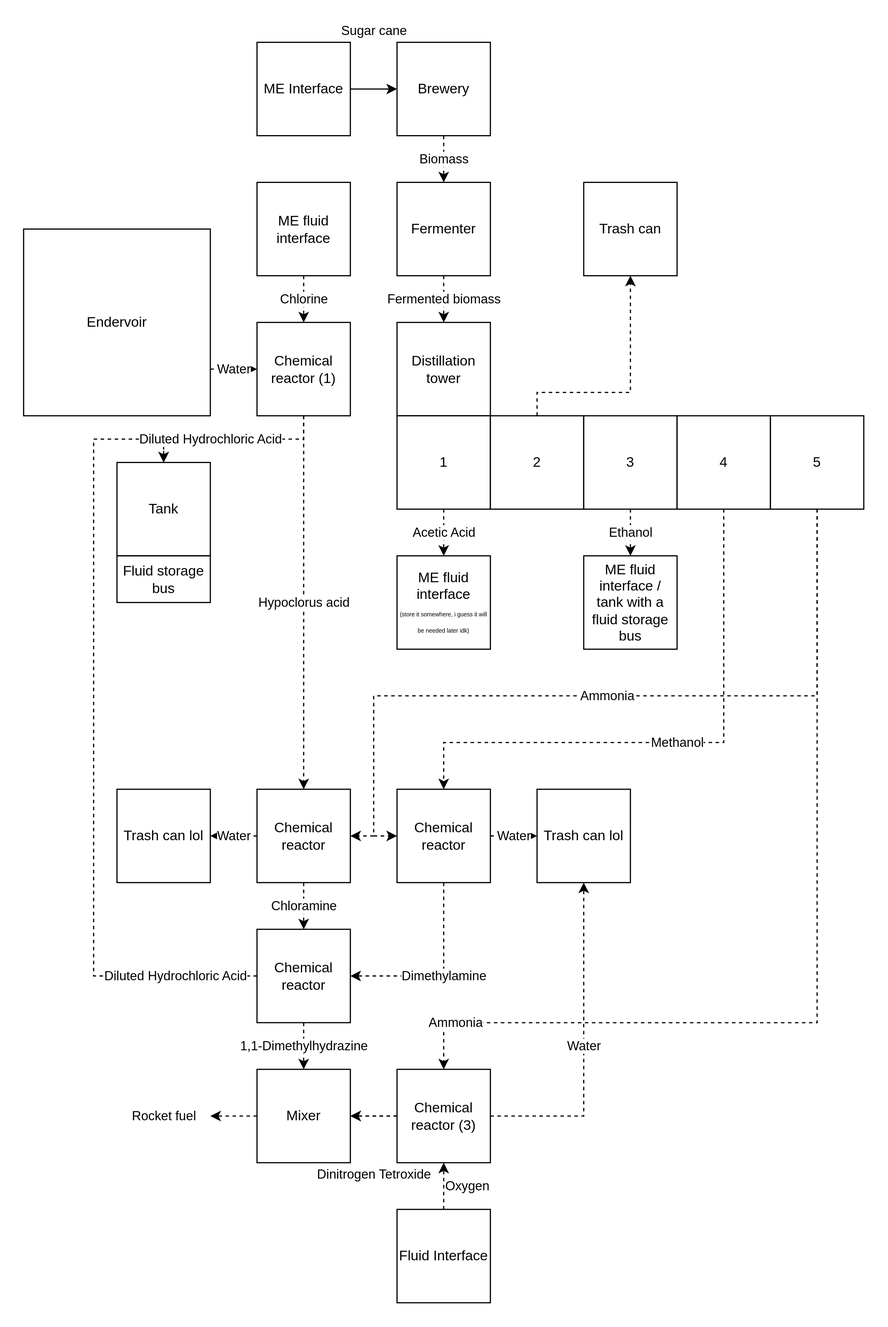
Nomifactory/Guides keeps this draw.io diagram as guides/files/flowcharts/Rocket_fuel.svg. Above is the earlier version. Source tidied: cells renumbered, new cells last; positions are measured from the earlier drawing's top-left corner, leaving out a move shared by most shapes. Source of this version:
```xml
<mxGraphModel>
  <root>
    <mxCell id="0" />
    <mxCell id="1" parent="0" />
    <mxCell id="2" value="Diluted Hydrochloric Acid" style="edgeStyle=orthogonalEdgeStyle;rounded=0;jettySize=auto;html=1;entryX=0.5;entryY=0;entryDx=0;entryDy=0;dashed=1;exitX=0;exitY=0.5;exitDx=0;exitDy=0;" parent="1" edge="1" source="26" target="14">
      <mxGeometry x="-0.79" relative="1" as="geometry">
        <Array as="points">
          <mxPoint x="60" y="800" />
          <mxPoint x="60" y="340" />
          <mxPoint x="120" y="340" />
        </Array>
      </mxGeometry>
    </mxCell>
    <mxCell id="3" value="Methanol" style="edgeStyle=orthogonalEdgeStyle;rounded=0;jettySize=auto;html=1;dashed=1;entryX=0.5;entryY=0;entryDx=0;entryDy=0;exitX=0.5;exitY=1;exitDx=0;exitDy=0;" parent="1" edge="1" source="42" target="17">
      <mxGeometry relative="1" as="geometry">
        <Array as="points">
          <mxPoint x="600" y="600" />
          <mxPoint x="360" y="600" />
        </Array>
      </mxGeometry>
    </mxCell>
    <mxCell id="4" value="Diluted Hydrochloric Acid" style="edgeStyle=orthogonalEdgeStyle;rounded=0;jettySize=auto;html=1;dashed=1;entryX=0.5;entryY=0;entryDx=0;entryDy=0;" parent="1" edge="1" source="11" target="14">
      <mxGeometry x="0.25" relative="1" as="geometry">
        <Array as="points">
          <mxPoint x="240" y="340" />
          <mxPoint x="120" y="340" />
        </Array>
      </mxGeometry>
    </mxCell>
    <mxCell id="5" value="Sugar cane" style="edgeStyle=orthogonalEdgeStyle;rounded=0;jettySize=auto;html=1;entryX=0;entryY=0.5;entryDx=0;entryDy=0;" parent="1" edge="1" source="6" target="49">
      <mxGeometry y="50" relative="1" as="geometry" />
    </mxCell>
    <mxCell id="6" value="ME Interface" style="rounded=0;whiteSpace=wrap;html=1;" parent="1" vertex="1">
      <mxGeometry x="200" width="80" height="80" as="geometry" />
    </mxCell>
    <mxCell id="7" value="Fermenter" style="rounded=0;whiteSpace=wrap;html=1;" parent="1" vertex="1">
      <mxGeometry x="320" y="120" width="80" height="80" as="geometry" />
    </mxCell>
    <mxCell id="8" value="Ammonia" style="edgeStyle=orthogonalEdgeStyle;rounded=0;jettySize=auto;html=1;entryX=0.5;entryY=0;entryDx=0;entryDy=0;dashed=1;exitX=0.5;exitY=1;exitDx=0;exitDy=0;" parent="1" edge="1" source="43" target="32">
      <mxGeometry x="0.88" relative="1" as="geometry">
        <Array as="points">
          <mxPoint x="680" y="840" />
          <mxPoint x="360" y="840" />
        </Array>
      </mxGeometry>
    </mxCell>
    <mxCell id="9" value="Fermented biomass" style="edgeStyle=orthogonalEdgeStyle;rounded=0;jettySize=auto;html=1;dashed=1;" parent="1" edge="1" source="7">
      <mxGeometry relative="1" as="geometry">
        <mxPoint x="360" y="240" as="targetPoint" />
      </mxGeometry>
    </mxCell>
    <mxCell id="10" value="Hypoclorus acid" style="edgeStyle=orthogonalEdgeStyle;rounded=0;jettySize=auto;html=1;dashed=1;entryX=0.5;entryY=0;entryDx=0;entryDy=0;" parent="1" edge="1" source="11" target="21">
      <mxGeometry relative="1" as="geometry" />
    </mxCell>
    <mxCell id="11" value="Chemical reactor (1)" style="whiteSpace=wrap;html=1;" parent="1" vertex="1">
      <mxGeometry x="200" y="240" width="80" height="80" as="geometry" />
    </mxCell>
    <mxCell id="12" value="Water" style="edgeStyle=orthogonalEdgeStyle;rounded=0;jettySize=auto;html=1;exitX=1;exitY=0.75;exitDx=0;exitDy=0;entryX=0;entryY=0.5;entryDx=0;entryDy=0;dashed=1;" parent="1" edge="1" source="13" target="11">
      <mxGeometry relative="1" as="geometry" />
    </mxCell>
    <mxCell id="13" value="Endervoir" style="whiteSpace=wrap;html=1;" parent="1" vertex="1">
      <mxGeometry y="160" width="160" height="160" as="geometry" />
    </mxCell>
    <mxCell id="14" value="Tank" style="whiteSpace=wrap;html=1;" parent="1" vertex="1">
      <mxGeometry x="80" y="360" width="80" height="80" as="geometry" />
    </mxCell>
    <mxCell id="15" value="Dimethylamine" style="edgeStyle=orthogonalEdgeStyle;rounded=0;jettySize=auto;html=1;dashed=1;entryX=1;entryY=0.5;entryDx=0;entryDy=0;" parent="1" edge="1" source="17" target="26">
      <mxGeometry relative="1" as="geometry">
        <Array as="points">
          <mxPoint x="360" y="800" />
        </Array>
      </mxGeometry>
    </mxCell>
    <mxCell id="16" value="Water" style="edgeStyle=orthogonalEdgeStyle;rounded=0;jettySize=auto;html=1;dashed=1;" parent="1" edge="1" source="17">
      <mxGeometry relative="1" as="geometry">
        <mxPoint x="440" y="680" as="targetPoint" />
      </mxGeometry>
    </mxCell>
    <mxCell id="17" value="Chemical reactor" style="whiteSpace=wrap;html=1;" parent="1" vertex="1">
      <mxGeometry x="320" y="640" width="80" height="80" as="geometry" />
    </mxCell>
    <mxCell id="18" value="Trash can lol" style="whiteSpace=wrap;html=1;" parent="1" vertex="1">
      <mxGeometry x="440" y="640" width="80" height="80" as="geometry" />
    </mxCell>
    <mxCell id="19" value="Chloramine" style="edgeStyle=orthogonalEdgeStyle;rounded=0;jettySize=auto;html=1;dashed=1;" parent="1" edge="1" source="21">
      <mxGeometry relative="1" as="geometry">
        <mxPoint x="240" y="760" as="targetPoint" />
      </mxGeometry>
    </mxCell>
    <mxCell id="20" value="Water" style="edgeStyle=orthogonalEdgeStyle;rounded=0;jettySize=auto;html=1;dashed=1;" parent="1" edge="1" source="21" target="24">
      <mxGeometry relative="1" as="geometry" />
    </mxCell>
    <mxCell id="21" value="Chemical reactor" style="whiteSpace=wrap;html=1;" parent="1" vertex="1">
      <mxGeometry x="200" y="640" width="80" height="80" as="geometry" />
    </mxCell>
    <mxCell id="22" value="Ammonia" style="edgeStyle=orthogonalEdgeStyle;rounded=0;jettySize=auto;html=1;dashed=1;exitX=0.5;exitY=1;exitDx=0;exitDy=0;entryX=0;entryY=0.5;entryDx=0;entryDy=0;" parent="1" edge="1" source="43" target="17">
      <mxGeometry relative="1" as="geometry">
        <Array as="points">
          <mxPoint x="680" y="560" />
          <mxPoint x="300" y="560" />
          <mxPoint x="300" y="680" />
        </Array>
      </mxGeometry>
    </mxCell>
    <mxCell id="23" style="endArrow=classic;html=1;dashed=1;entryX=1;entryY=0.5;entryDx=0;entryDy=0;" parent="1" edge="1" target="21">
      <mxGeometry relative="1" as="geometry">
        <mxPoint x="300" y="680" as="sourcePoint" />
      </mxGeometry>
    </mxCell>
    <mxCell id="24" value="Trash can lol" style="whiteSpace=wrap;html=1;" parent="1" vertex="1">
      <mxGeometry x="80" y="640" width="80" height="80" as="geometry" />
    </mxCell>
    <mxCell id="25" value="1,1-Dimethylhydrazine" style="edgeStyle=orthogonalEdgeStyle;rounded=0;jettySize=auto;html=1;dashed=1;" parent="1" edge="1" source="26">
      <mxGeometry relative="1" as="geometry">
        <mxPoint x="240" y="880" as="targetPoint" />
      </mxGeometry>
    </mxCell>
    <mxCell id="26" value="Chemical reactor" style="whiteSpace=wrap;html=1;" parent="1" vertex="1">
      <mxGeometry x="200" y="760" width="80" height="80" as="geometry" />
    </mxCell>
    <mxCell id="27" value="Rocket fuel" style="edgeStyle=orthogonalEdgeStyle;rounded=0;jettySize=auto;html=1;dashed=1;" parent="1" edge="1" source="28">
      <mxGeometry x="1" y="40" relative="1" as="geometry">
        <mxPoint x="160" y="920" as="targetPoint" />
        <mxPoint x="-40" y="-40" as="offset" />
      </mxGeometry>
    </mxCell>
    <mxCell id="28" value="Mixer" style="whiteSpace=wrap;html=1;" parent="1" vertex="1">
      <mxGeometry x="200" y="880" width="80" height="80" as="geometry" />
    </mxCell>
    <mxCell id="29" style="edgeStyle=orthogonalEdgeStyle;rounded=0;jettySize=auto;html=1;entryX=1;entryY=0.5;entryDx=0;entryDy=0;dashed=1;" parent="1" edge="1" source="32" target="28">
      <mxGeometry relative="1" as="geometry" />
    </mxCell>
    <mxCell id="30" value="Dinitrogen Tetroxide" style="edgeStyle=orthogonalEdgeStyle;rounded=0;jettySize=auto;html=1;dashed=1;" parent="1" edge="1" source="32" target="28">
      <mxGeometry y="50" relative="1" as="geometry" />
    </mxCell>
    <mxCell id="31" value="Water" style="edgeStyle=orthogonalEdgeStyle;rounded=0;jettySize=auto;html=1;entryX=0.5;entryY=1;entryDx=0;entryDy=0;dashed=1;" parent="1" edge="1" source="32" target="18">
      <mxGeometry relative="1" as="geometry" />
    </mxCell>
    <mxCell id="32" value="Chemical reactor (3)" style="whiteSpace=wrap;html=1;" parent="1" vertex="1">
      <mxGeometry x="320" y="880" width="80" height="80" as="geometry" />
    </mxCell>
    <mxCell id="33" value="Oxygen" style="edgeStyle=orthogonalEdgeStyle;rounded=0;jettySize=auto;html=1;entryX=0.5;entryY=1;entryDx=0;entryDy=0;dashed=1;" parent="1" edge="1" source="34" target="32">
      <mxGeometry y="-20" relative="1" as="geometry" />
    </mxCell>
    <mxCell id="34" value="Fluid Interface" style="whiteSpace=wrap;html=1;" parent="1" vertex="1">
      <mxGeometry x="320" y="1000" width="80" height="80" as="geometry" />
    </mxCell>
    <mxCell id="35" value="Distillation tower" style="rounded=0;whiteSpace=wrap;html=1;" parent="1" vertex="1">
      <mxGeometry x="320" y="240" width="80" height="80" as="geometry" />
    </mxCell>
    <mxCell id="36" value="Acetic Acid" style="edgeStyle=orthogonalEdgeStyle;rounded=0;jettySize=auto;html=1;dashed=1;entryX=0.5;entryY=0;entryDx=0;entryDy=0;" parent="1" edge="1" source="37" target="50">
      <mxGeometry x="0.5" y="-10" relative="1" as="geometry">
        <Array as="points">
          <mxPoint x="360" y="430" />
          <mxPoint x="360" y="430" />
        </Array>
        <mxPoint x="10" y="-10" as="offset" />
      </mxGeometry>
    </mxCell>
    <mxCell id="37" value="1" style="whiteSpace=wrap;html=1;" parent="1" vertex="1">
      <mxGeometry x="320" y="320" width="80" height="80" as="geometry" />
    </mxCell>
    <mxCell id="38" style="edgeStyle=orthogonalEdgeStyle;rounded=0;jettySize=auto;html=1;entryX=0.5;entryY=1;entryDx=0;entryDy=0;dashed=1;" parent="1" edge="1" source="39" target="44">
      <mxGeometry relative="1" as="geometry">
        <Array as="points">
          <mxPoint x="440" y="300" />
          <mxPoint x="520" y="300" />
        </Array>
      </mxGeometry>
    </mxCell>
    <mxCell id="39" value="2" style="whiteSpace=wrap;html=1;" parent="1" vertex="1">
      <mxGeometry x="400" y="320" width="80" height="80" as="geometry" />
    </mxCell>
    <mxCell id="40" value="Ethanol" style="edgeStyle=orthogonalEdgeStyle;rounded=0;jettySize=auto;html=1;dashed=1;" parent="1" edge="1" source="41">
      <mxGeometry relative="1" as="geometry">
        <mxPoint x="520" y="440" as="targetPoint" />
        <Array as="points">
          <mxPoint x="520" y="420" />
          <mxPoint x="520" y="420" />
        </Array>
      </mxGeometry>
    </mxCell>
    <mxCell id="41" value="3" style="whiteSpace=wrap;html=1;" parent="1" vertex="1">
      <mxGeometry x="480" y="320" width="80" height="80" as="geometry" />
    </mxCell>
    <mxCell id="42" value="4" style="whiteSpace=wrap;html=1;" parent="1" vertex="1">
      <mxGeometry x="560" y="320" width="80" height="80" as="geometry" />
    </mxCell>
    <mxCell id="43" value="5" style="whiteSpace=wrap;html=1;" parent="1" vertex="1">
      <mxGeometry x="640" y="320" width="80" height="80" as="geometry" />
    </mxCell>
    <mxCell id="44" value="Trash can" style="whiteSpace=wrap;html=1;" parent="1" vertex="1">
      <mxGeometry x="480" y="120" width="80" height="80" as="geometry" />
    </mxCell>
    <mxCell id="45" value="Chlorine" style="edgeStyle=orthogonalEdgeStyle;rounded=0;jettySize=auto;html=1;entryX=0.5;entryY=0;entryDx=0;entryDy=0;dashed=1;" parent="1" edge="1" source="46" target="11">
      <mxGeometry relative="1" as="geometry" />
    </mxCell>
    <mxCell id="46" value="ME fluid interface" style="whiteSpace=wrap;html=1;" parent="1" vertex="1">
      <mxGeometry x="200" y="120" width="80" height="80" as="geometry" />
    </mxCell>
    <mxCell id="47" value="Fluid storage bus" style="rounded=0;whiteSpace=wrap;html=1;fillColor=none;" parent="1" vertex="1">
      <mxGeometry x="80" y="440" width="80" height="40" as="geometry" />
    </mxCell>
    <mxCell id="48" value="Biomass" style="edgeStyle=orthogonalEdgeStyle;rounded=0;jettySize=auto;html=1;entryX=0.5;entryY=0;entryDx=0;entryDy=0;dashed=1;" parent="1" edge="1" source="49" target="7">
      <mxGeometry relative="1" as="geometry" />
    </mxCell>
    <mxCell id="49" value="Brewery" style="whiteSpace=wrap;html=1;fillColor=none;" parent="1" vertex="1">
      <mxGeometry x="320" width="80" height="80" as="geometry" />
    </mxCell>
    <mxCell id="50" value="ME fluid interface &lt;br&gt;&lt;font style=&quot;font-size: 5px&quot;&gt;(store it somewhere, i guess it will be needed later idk)&lt;/font&gt;" style="whiteSpace=wrap;html=1;" parent="1" vertex="1">
      <mxGeometry x="320" y="440" width="80" height="80" as="geometry" />
    </mxCell>
    <mxCell id="51" value="ME fluid interface / tank with a fluid storage bus" style="whiteSpace=wrap;html=1;" parent="1" vertex="1">
      <mxGeometry x="480" y="440" width="80" height="80" as="geometry" />
    </mxCell>
  </root>
</mxGraphModel>
```
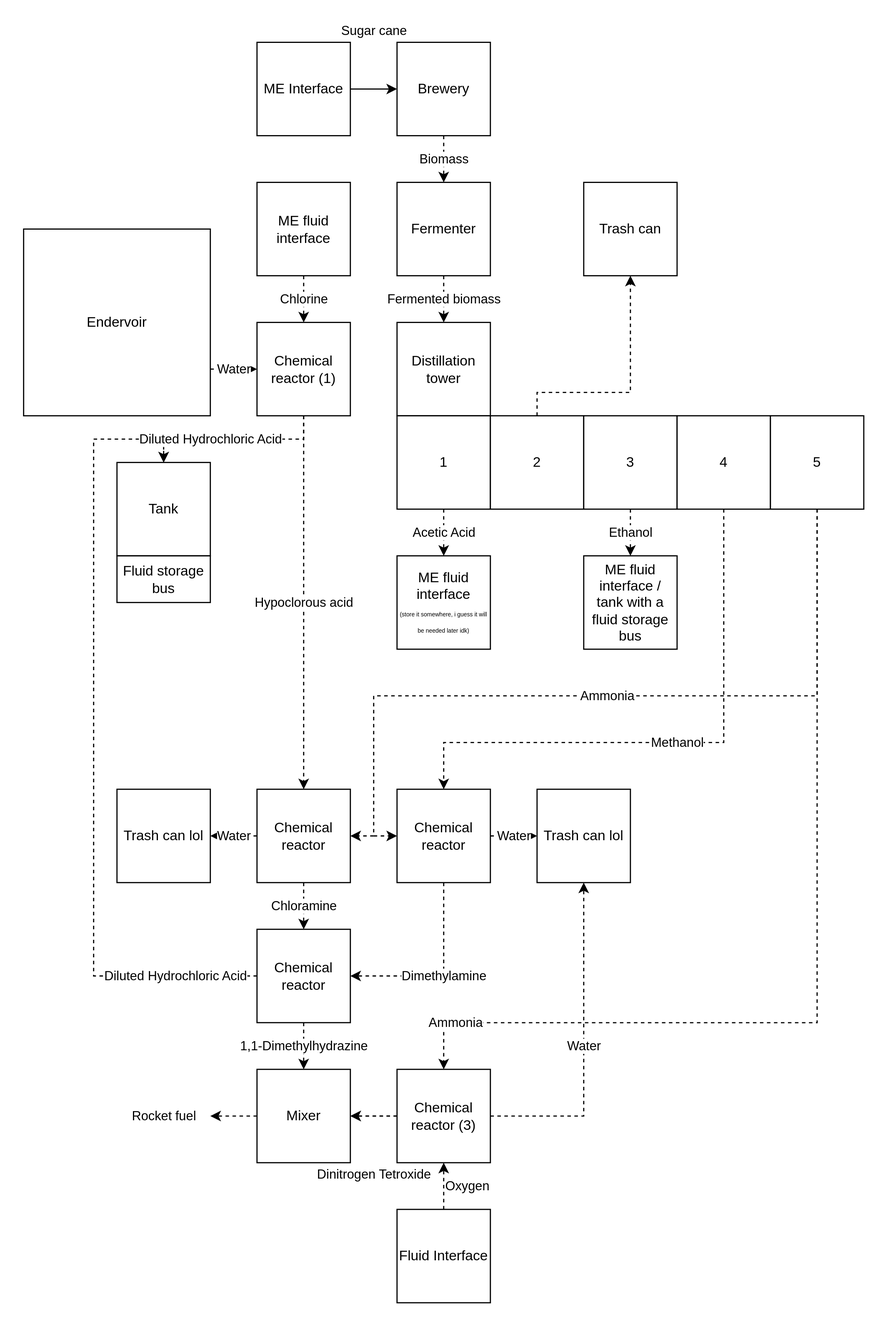
Above is the later version.

Diff of the diagram source:
```diff
@@ -49,7 +49,7 @@
         <mxPoint x="360" y="240" as="targetPoint" />
       </mxGeometry>
     </mxCell>
-    <mxCell id="10" value="Hypoclorus acid" style="edgeStyle=orthogonalEdgeStyle;rounded=0;jettySize=auto;html=1;dashed=1;entryX=0.5;entryY=0;entryDx=0;entryDy=0;" parent="1" edge="1" source="11" target="21">
+    <mxCell id="10" value="Hypoclorous acid" style="edgeStyle=orthogonalEdgeStyle;rounded=0;jettySize=auto;html=1;dashed=1;entryX=0.5;entryY=0;entryDx=0;entryDy=0;" parent="1" edge="1" source="11" target="21">
       <mxGeometry relative="1" as="geometry" />
     </mxCell>
     <mxCell id="11" value="Chemical reactor (1)" style="whiteSpace=wrap;html=1;" parent="1" vertex="1">
```
